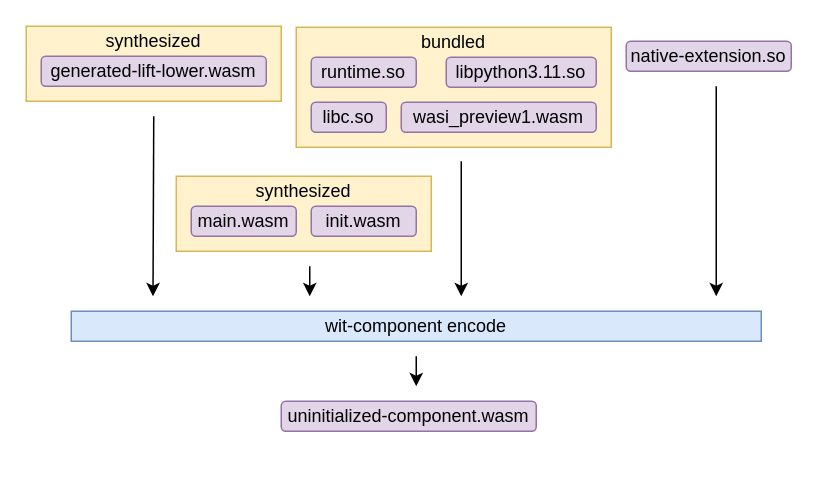
Above: componentize-py-inside-stage2a.drawio in dicej/presentations (draw.io), before the change. Source tidied: cells renumbered, new cells numbered last; positions are measured from the earlier drawing's top-left corner, leaving out a move shared by most shapes. Both pictures are drawn from the tidied source at 150%, with x=0, y=0 at pixel (26, 26).
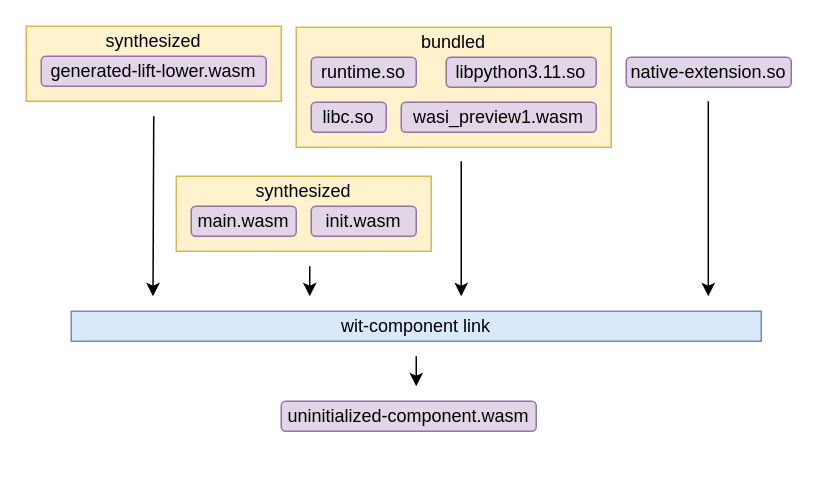
The same page after the edit.

Diff of the diagram source:
```diff
@@
     <mxCell id="3" style="endArrow=classic;html=1;rounded=0;" parent="1" edge="1">
       <mxGeometry relative="1" as="geometry">
-        <mxPoint x="460" y="40" as="sourcePoint" />
-        <mxPoint x="460" y="180" as="targetPoint" />
+        <mxPoint x="454.7" y="50" as="sourcePoint" />
+        <mxPoint x="454.7" y="180" as="targetPoint" />
       </mxGeometry>
     </mxCell>
@@
     <mxCell id="12" value="native-extension.so" style="rounded=1;whiteSpace=wrap;html=1;fillColor=#e1d5e7;strokeColor=#9673a6;" parent="1" vertex="1">
-      <mxGeometry x="400" y="10" width="110" height="20" as="geometry" />
+      <mxGeometry x="400" y="20.7" width="110" height="20" as="geometry" />
     </mxCell>
@@
-    <mxCell id="20" value="wit-component encode" style="rounded=0;whiteSpace=wrap;html=1;fillColor=#dae8fc;strokeColor=#6c8ebf;" parent="1" vertex="1">
+    <mxCell id="20" value="wit-component link" style="rounded=0;whiteSpace=wrap;html=1;fillColor=#dae8fc;strokeColor=#6c8ebf;" parent="1" vertex="1">
       <mxGeometry x="30" y="190" width="460" height="20" as="geometry" />
     </mxCell>
```
